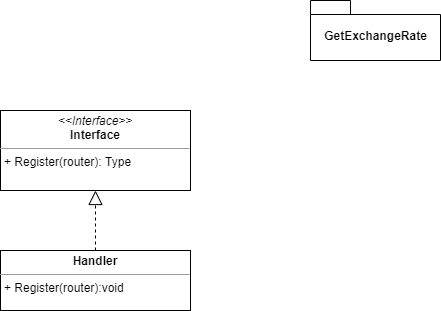
This is docs/class_diagram.png from Demoss/Genesis, a draw.io export, as it was before one commit. Source tidied: cells renumbered, new cells last; positions are measured from the earlier drawing's top-left corner, leaving out a move shared by most shapes. Its diagram source:
```xml
<mxGraphModel>
  <root>
    <mxCell id="0" />
    <mxCell id="1" parent="0" />
    <mxCell id="2" value="GetExchangeRate" style="shape=folder;fontStyle=1;spacingTop=10;tabWidth=40;tabHeight=14;tabPosition=left;html=1;" parent="1" vertex="1">
      <mxGeometry x="310" width="130" height="60" as="geometry" />
    </mxCell>
    <mxCell id="3" value="&lt;p style=&quot;margin: 0px ; margin-top: 4px ; text-align: center&quot;&gt;&lt;i&gt;&amp;lt;&amp;lt;Interface&amp;gt;&amp;gt;&lt;/i&gt;&lt;br&gt;&lt;b&gt;Interface&lt;/b&gt;&lt;/p&gt;&lt;hr size=&quot;1&quot;&gt;&lt;p style=&quot;margin: 0px ; margin-left: 4px&quot;&gt;+ Register(router): Type&lt;br&gt;&lt;/p&gt;" style="verticalAlign=top;align=left;overflow=fill;fontSize=12;fontFamily=Helvetica;html=1;" parent="1" vertex="1">
      <mxGeometry y="110" width="190" height="80" as="geometry" />
    </mxCell>
    <mxCell id="4" value="&lt;p style=&quot;margin: 0px ; margin-top: 4px ; text-align: center&quot;&gt;&lt;b&gt;Handler&lt;/b&gt;&lt;/p&gt;&lt;hr size=&quot;1&quot;&gt;&lt;p style=&quot;margin: 0px ; margin-left: 4px&quot;&gt;+ Register(router):void&lt;/p&gt;" style="verticalAlign=top;align=left;overflow=fill;fontSize=12;fontFamily=Helvetica;html=1;" parent="1" vertex="1">
      <mxGeometry y="250" width="190" height="60" as="geometry" />
    </mxCell>
    <mxCell id="5" style="endArrow=block;dashed=1;endFill=0;endSize=12;html=1;exitX=0.5;exitY=0;exitDx=0;exitDy=0;entryX=0.5;entryY=1;entryDx=0;entryDy=0;" parent="1" edge="1" source="4" target="3">
      <mxGeometry relative="1" as="geometry" />
    </mxCell>
  </root>
</mxGraphModel>
```
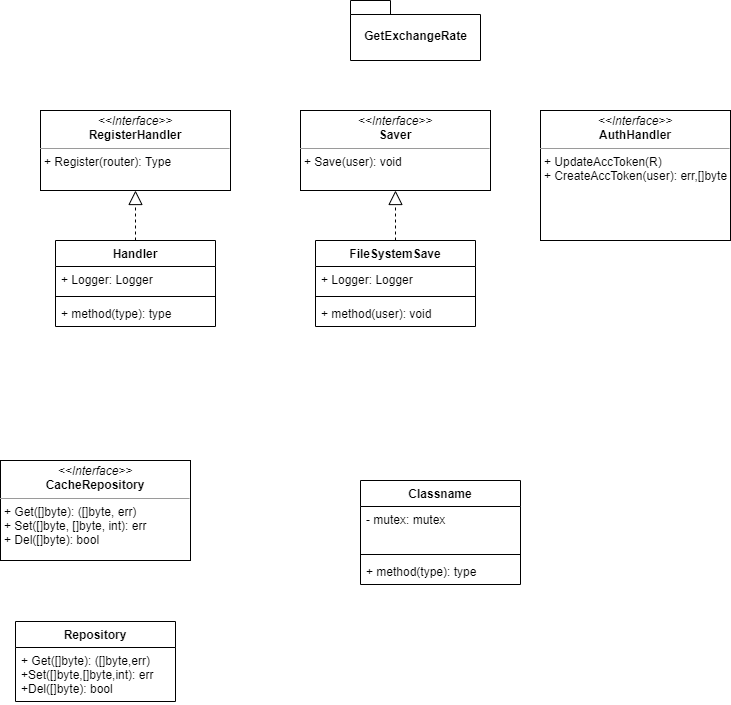
After the change.

What changed in the source:
```diff
@@ -5,14 +5,67 @@
     <mxCell id="2" value="GetExchangeRate" style="shape=folder;fontStyle=1;spacingTop=10;tabWidth=40;tabHeight=14;tabPosition=left;html=1;" parent="1" vertex="1">
       <mxGeometry x="310" width="130" height="60" as="geometry" />
     </mxCell>
-    <mxCell id="3" value="&lt;p style=&quot;margin: 0px ; margin-top: 4px ; text-align: center&quot;&gt;&lt;i&gt;&amp;lt;&amp;lt;Interface&amp;gt;&amp;gt;&lt;/i&gt;&lt;br&gt;&lt;b&gt;Interface&lt;/b&gt;&lt;/p&gt;&lt;hr size=&quot;1&quot;&gt;&lt;p style=&quot;margin: 0px ; margin-left: 4px&quot;&gt;+ Register(router): Type&lt;br&gt;&lt;/p&gt;" style="verticalAlign=top;align=left;overflow=fill;fontSize=12;fontFamily=Helvetica;html=1;" parent="1" vertex="1">
+    <mxCell id="3" value="&lt;p style=&quot;margin: 0px ; margin-top: 4px ; text-align: center&quot;&gt;&lt;i&gt;&amp;lt;&amp;lt;Interface&amp;gt;&amp;gt;&lt;/i&gt;&lt;br&gt;&lt;b&gt;RegisterHandler&lt;/b&gt;&lt;/p&gt;&lt;hr size=&quot;1&quot;&gt;&lt;p style=&quot;margin: 0px ; margin-left: 4px&quot;&gt;+ Register(router): Type&lt;br&gt;&lt;/p&gt;" style="verticalAlign=top;align=left;overflow=fill;fontSize=12;fontFamily=Helvetica;html=1;" parent="1" vertex="1">
       <mxGeometry y="110" width="190" height="80" as="geometry" />
     </mxCell>
-    <mxCell id="4" value="&lt;p style=&quot;margin: 0px ; margin-top: 4px ; text-align: center&quot;&gt;&lt;b&gt;Handler&lt;/b&gt;&lt;/p&gt;&lt;hr size=&quot;1&quot;&gt;&lt;p style=&quot;margin: 0px ; margin-left: 4px&quot;&gt;+ Register(router):void&lt;/p&gt;" style="verticalAlign=top;align=left;overflow=fill;fontSize=12;fontFamily=Helvetica;html=1;" parent="1" vertex="1">
-      <mxGeometry y="250" width="190" height="60" as="geometry" />
-    </mxCell>
-    <mxCell id="5" style="endArrow=block;dashed=1;endFill=0;endSize=12;html=1;exitX=0.5;exitY=0;exitDx=0;exitDy=0;entryX=0.5;entryY=1;entryDx=0;entryDy=0;" parent="1" edge="1" source="4" target="3">
+    <mxCell id="5" style="endArrow=block;dashed=1;endFill=0;endSize=12;html=1;exitX=0.5;exitY=0;exitDx=0;exitDy=0;entryX=0.5;entryY=1;entryDx=0;entryDy=0;" parent="1" edge="1" source="8" target="3">
       <mxGeometry relative="1" as="geometry" />
     </mxCell>
+    <mxCell id="6" value="&lt;p style=&quot;margin: 0px ; margin-top: 4px ; text-align: center&quot;&gt;&lt;i&gt;&amp;lt;&amp;lt;Interface&amp;gt;&amp;gt;&lt;/i&gt;&lt;br&gt;&lt;b&gt;Saver&lt;/b&gt;&lt;/p&gt;&lt;hr size=&quot;1&quot;&gt;&lt;p style=&quot;margin: 0px ; margin-left: 4px&quot;&gt;&lt;span&gt;+ Save(user): void&lt;/span&gt;&lt;br&gt;&lt;/p&gt;" style="verticalAlign=top;align=left;overflow=fill;fontSize=12;fontFamily=Helvetica;html=1;" parent="1" vertex="1">
+      <mxGeometry x="260" y="110" width="190" height="80" as="geometry" />
+    </mxCell>
+    <mxCell id="7" style="endArrow=block;dashed=1;endFill=0;endSize=12;html=1;exitX=0.5;exitY=0;exitDx=0;exitDy=0;" parent="1" edge="1" source="12">
+      <mxGeometry relative="1" as="geometry">
+        <mxPoint x="355" y="190" as="targetPoint" />
+      </mxGeometry>
+    </mxCell>
+    <mxCell id="8" value="Handler" style="swimlane;fontStyle=1;align=center;verticalAlign=top;horizontal=1;startSize=26;" parent="1" vertex="1">
+      <mxGeometry x="15" y="240" width="160" height="86" as="geometry" />
+    </mxCell>
+    <mxCell id="9" value="+ Logger: Logger" style="text;strokeColor=none;fillColor=none;align=left;verticalAlign=top;spacingLeft=4;spacingRight=4;overflow=hidden;" parent="8" vertex="1">
+      <mxGeometry y="26" width="160" height="26" as="geometry" />
+    </mxCell>
+    <mxCell id="10" style="line;strokeWidth=1;fillColor=none;align=left;verticalAlign=middle;spacingTop=-1;spacingLeft=3;spacingRight=3;labelPosition=right;" parent="8" vertex="1">
+      <mxGeometry y="52" width="160" height="8" as="geometry" />
+    </mxCell>
+    <mxCell id="11" value="+ method(type): type" style="text;strokeColor=none;fillColor=none;align=left;verticalAlign=top;spacingLeft=4;spacingRight=4;overflow=hidden;" parent="8" vertex="1">
+      <mxGeometry y="60" width="160" height="26" as="geometry" />
+    </mxCell>
+    <mxCell id="12" value="FileSystemSave" style="swimlane;fontStyle=1;align=center;verticalAlign=top;horizontal=1;startSize=26;" parent="1" vertex="1">
+      <mxGeometry x="275" y="240" width="160" height="86" as="geometry" />
+    </mxCell>
+    <mxCell id="13" value="+ Logger: Logger" style="text;strokeColor=none;fillColor=none;align=left;verticalAlign=top;spacingLeft=4;spacingRight=4;overflow=hidden;" parent="12" vertex="1">
+      <mxGeometry y="26" width="160" height="26" as="geometry" />
+    </mxCell>
+    <mxCell id="14" style="line;strokeWidth=1;fillColor=none;align=left;verticalAlign=middle;spacingTop=-1;spacingLeft=3;spacingRight=3;labelPosition=right;" parent="12" vertex="1">
+      <mxGeometry y="52" width="160" height="8" as="geometry" />
+    </mxCell>
+    <mxCell id="15" value="+ method(user): void" style="text;strokeColor=none;fillColor=none;align=left;verticalAlign=top;spacingLeft=4;spacingRight=4;overflow=hidden;" parent="12" vertex="1">
+      <mxGeometry y="60" width="160" height="26" as="geometry" />
+    </mxCell>
+    <mxCell id="16" value="&lt;p style=&quot;margin: 0px ; margin-top: 4px ; text-align: center&quot;&gt;&lt;i&gt;&amp;lt;&amp;lt;Interface&amp;gt;&amp;gt;&lt;/i&gt;&lt;br&gt;&lt;b&gt;AuthHandler&lt;/b&gt;&lt;/p&gt;&lt;hr size=&quot;1&quot;&gt;&lt;p style=&quot;margin: 0px ; margin-left: 4px&quot;&gt;+ UpdateAccToken(R)&lt;br&gt;+ CreateAccToken(user): err,[]byte&lt;/p&gt;" style="verticalAlign=top;align=left;overflow=fill;fontSize=12;fontFamily=Helvetica;html=1;" parent="1" vertex="1">
+      <mxGeometry x="500" y="110" width="190" height="130" as="geometry" />
+    </mxCell>
+    <mxCell id="17" value="&lt;p style=&quot;margin: 0px ; margin-top: 4px ; text-align: center&quot;&gt;&lt;i&gt;&amp;lt;&amp;lt;Interface&amp;gt;&amp;gt;&lt;/i&gt;&lt;br&gt;&lt;b&gt;CacheRepository&lt;/b&gt;&lt;/p&gt;&lt;hr size=&quot;1&quot;&gt;&lt;p style=&quot;margin: 0px ; margin-left: 4px&quot;&gt;+ Get([]byte): ([]byte, err)&lt;br&gt;+ Set([]byte, []byte, int): err&lt;/p&gt;&lt;p style=&quot;margin: 0px ; margin-left: 4px&quot;&gt;+ Del([]byte): bool&lt;/p&gt;" style="verticalAlign=top;align=left;overflow=fill;fontSize=12;fontFamily=Helvetica;html=1;" parent="1" vertex="1">
+      <mxGeometry x="-40" y="460" width="190" height="100" as="geometry" />
+    </mxCell>
+    <mxCell id="18" value="Repository" style="swimlane;fontStyle=1;align=center;verticalAlign=top;horizontal=1;startSize=26;" parent="1" vertex="1">
+      <mxGeometry x="-25" y="621" width="160" height="80" as="geometry" />
+    </mxCell>
+    <mxCell id="19" value="+ Get([]byte): ([]byte,err)&#10;+Set([]byte,[]byte,int): err&#10;+Del([]byte): bool" style="text;strokeColor=none;fillColor=none;align=left;verticalAlign=top;spacingLeft=4;spacingRight=4;overflow=hidden;" parent="18" vertex="1">
+      <mxGeometry y="26" width="160" height="54" as="geometry" />
+    </mxCell>
+    <mxCell id="20" value="Classname" style="swimlane;fontStyle=1;align=center;verticalAlign=top;horizontal=1;startSize=26;" parent="1" vertex="1">
+      <mxGeometry x="320" y="480" width="160" height="104" as="geometry" />
+    </mxCell>
+    <mxCell id="21" value="- mutex: mutex &#10;" style="text;strokeColor=none;fillColor=none;align=left;verticalAlign=top;spacingLeft=4;spacingRight=4;overflow=hidden;" parent="20" vertex="1">
+      <mxGeometry y="26" width="160" height="44" as="geometry" />
+    </mxCell>
+    <mxCell id="22" style="line;strokeWidth=1;fillColor=none;align=left;verticalAlign=middle;spacingTop=-1;spacingLeft=3;spacingRight=3;labelPosition=right;" parent="20" vertex="1">
+      <mxGeometry y="70" width="160" height="8" as="geometry" />
+    </mxCell>
+    <mxCell id="23" value="+ method(type): type" style="text;strokeColor=none;fillColor=none;align=left;verticalAlign=top;spacingLeft=4;spacingRight=4;overflow=hidden;" parent="20" vertex="1">
+      <mxGeometry y="78" width="160" height="26" as="geometry" />
+    </mxCell>
   </root>
 </mxGraphModel>
```
